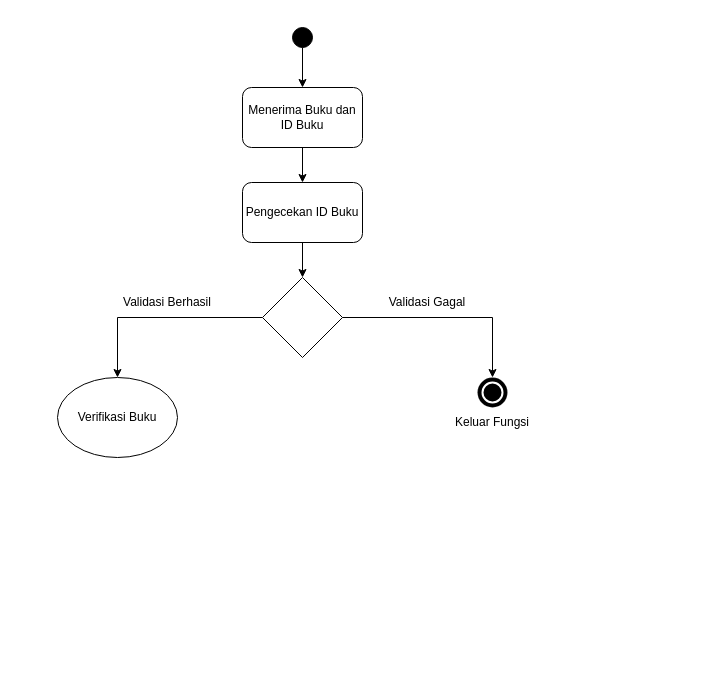
Earlier version of the draw.io diagram Mengembalikan Buku.drawio (falihdzakwanz/drpl). Source tidied: cells renumbered, new cells numbered last; positions are measured from the earlier drawing's top-left corner, leaving out a move shared by most shapes. Both pictures are drawn from the tidied source at 100%, with x=0, y=0 at pixel (57, 27).
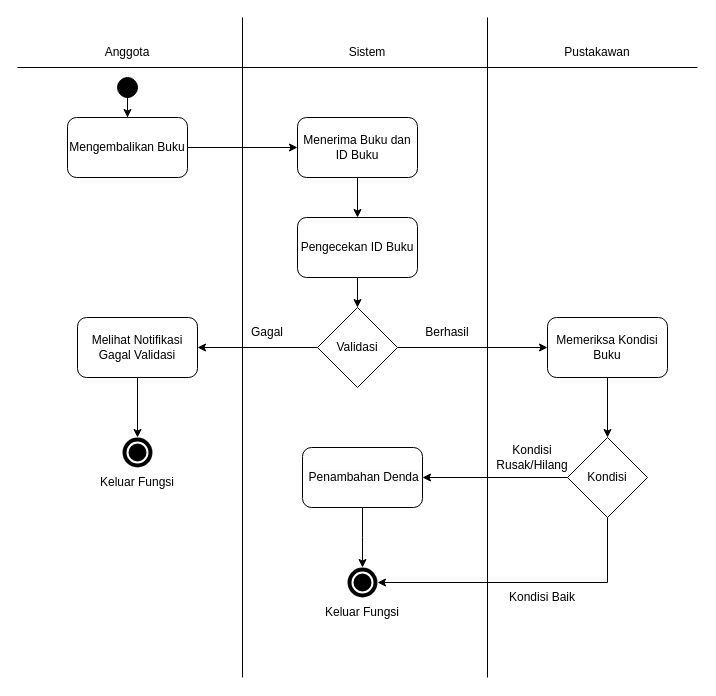
The same diagram, later.

Change to the diagram source:
```diff
@@
-    <mxCell id="3" style="edgeStyle=orthogonalEdgeStyle;rounded=0;jettySize=auto;html=1;entryX=0.5;entryY=0;entryDx=0;entryDy=0;" parent="1" edge="1" source="4" target="7">
-      <mxGeometry relative="1" as="geometry" />
-    </mxCell>
+    <mxCell id="18" style="edgeStyle=orthogonalEdgeStyle;rounded=0;jettySize=auto;html=1;entryX=0.5;entryY=0;entryDx=0;entryDy=0;" parent="1" edge="1" source="4" target="28">
+      <mxGeometry relative="1" as="geometry" />
+    </mxCell>
     <mxCell id="4" style="ellipse;whiteSpace=wrap;html=1;fillColor=#000000;" parent="1" vertex="1">
-      <mxGeometry x="235" width="20" height="20" as="geometry" />
+      <mxGeometry x="60" y="50" width="20" height="20" as="geometry" />
     </mxCell>
-    <mxCell id="5" style="edgeStyle=orthogonalEdgeStyle;rounded=0;jettySize=auto;html=1;entryX=0.5;entryY=0;entryDx=0;entryDy=0;entryPerimeter=0;" parent="1" edge="1" source="6" target="16">
-      <mxGeometry relative="1" as="geometry" />
-    </mxCell>
+    <mxCell id="19" style="edgeStyle=orthogonalEdgeStyle;rounded=0;jettySize=auto;html=1;entryX=0;entryY=0.5;entryDx=0;entryDy=0;" parent="1" edge="1" source="6" target="30">
+      <mxGeometry relative="1" as="geometry" />
+    </mxCell>
+    <mxCell id="20" style="edgeStyle=orthogonalEdgeStyle;rounded=0;jettySize=auto;html=1;entryX=1;entryY=0.5;entryDx=0;entryDy=0;" parent="1" edge="1" source="6" target="44">
+      <mxGeometry relative="1" as="geometry" />
+    </mxCell>
-    <mxCell id="6" style="rhombus;whiteSpace=wrap;html=1;" parent="1" vertex="1">
-      <mxGeometry x="205" y="250" width="80" height="80" as="geometry" />
+    <mxCell id="6" value="Validasi" style="rhombus;whiteSpace=wrap;html=1;" parent="1" vertex="1">
+      <mxGeometry x="260" y="280" width="80" height="80" as="geometry" />
     </mxCell>
     <mxCell id="7" value="Menerima Buku dan ID Buku" style="rounded=1;whiteSpace=wrap;html=1;" parent="1" vertex="1">
-      <mxGeometry x="185" y="60" width="120" height="60" as="geometry" />
+      <mxGeometry x="240" y="90" width="120" height="60" as="geometry" />
     </mxCell>
-    <mxCell id="8" style="edgeStyle=orthogonalEdgeStyle;rounded=0;jettySize=auto;html=1;" parent="1" edge="1" source="6" target="14">
-      <mxGeometry relative="1" as="geometry" />
-    </mxCell>
-    <mxCell id="9" value="Validasi Berhasil" style="text;html=1;align=center;verticalAlign=middle;whiteSpace=wrap;rounded=0;" parent="1" vertex="1">
-      <mxGeometry x="60" y="260" width="100" height="30" as="geometry" />
+    <mxCell id="9" value="Berhasil" style="text;html=1;align=center;verticalAlign=middle;whiteSpace=wrap;rounded=0;" parent="1" vertex="1">
+      <mxGeometry x="340" y="290" width="100" height="30" as="geometry" />
     </mxCell>
@@
     <mxCell id="11" value="Pengecekan ID Buku" style="rounded=1;whiteSpace=wrap;html=1;" parent="1" vertex="1">
-      <mxGeometry x="185" y="155" width="120" height="60" as="geometry" />
+      <mxGeometry x="240" y="190" width="120" height="60" as="geometry" />
     </mxCell>
+    <mxCell id="21" value="Anggota" style="text;html=1;align=center;verticalAlign=middle;whiteSpace=wrap;rounded=0;" parent="1" vertex="1">
+      <mxGeometry x="40" y="10" width="60" height="30" as="geometry" />
+    </mxCell>
+    <mxCell id="22" value="Sistem" style="text;html=1;align=center;verticalAlign=middle;whiteSpace=wrap;rounded=0;" parent="1" vertex="1">
+      <mxGeometry x="280" y="10" width="60" height="30" as="geometry" />
+    </mxCell>
+    <mxCell id="23" style="endArrow=none;html=1;rounded=0;" parent="1" edge="1">
+      <mxGeometry relative="1" as="geometry">
+        <mxPoint x="185" y="650" as="sourcePoint" />
+        <mxPoint x="185" y="-10" as="targetPoint" />
+      </mxGeometry>
+    </mxCell>
+    <mxCell id="24" style="endArrow=none;html=1;rounded=0;" parent="1" edge="1">
+      <mxGeometry relative="1" as="geometry">
+        <mxPoint x="-40" y="40" as="sourcePoint" />
+        <mxPoint x="640" y="40" as="targetPoint" />
+      </mxGeometry>
+    </mxCell>
+    <mxCell id="25" style="endArrow=none;html=1;rounded=0;" parent="1" edge="1">
+      <mxGeometry relative="1" as="geometry">
+        <mxPoint x="430" y="650" as="sourcePoint" />
+        <mxPoint x="430" y="-10" as="targetPoint" />
+      </mxGeometry>
+    </mxCell>
+    <mxCell id="26" value="Pustakawan" style="text;html=1;align=center;verticalAlign=middle;whiteSpace=wrap;rounded=0;" parent="1" vertex="1">
+      <mxGeometry x="510" y="10" width="60" height="30" as="geometry" />
+    </mxCell>
+    <mxCell id="27" style="edgeStyle=orthogonalEdgeStyle;rounded=0;jettySize=auto;html=1;entryX=0;entryY=0.5;entryDx=0;entryDy=0;" parent="1" edge="1" source="28" target="7">
+      <mxGeometry relative="1" as="geometry" />
+    </mxCell>
+    <mxCell id="28" value="Mengembalikan Buku" style="rounded=1;whiteSpace=wrap;html=1;" parent="1" vertex="1">
+      <mxGeometry x="10" y="90" width="120" height="60" as="geometry" />
+    </mxCell>
-    <mxCell id="12" value="Validasi Gagal" style="text;html=1;align=center;verticalAlign=middle;whiteSpace=wrap;rounded=0;" parent="1" vertex="1">
-      <mxGeometry x="330" y="260" width="80" height="30" as="geometry" />
+    <mxCell id="12" value="Gagal" style="text;html=1;align=center;verticalAlign=middle;whiteSpace=wrap;rounded=0;" parent="1" vertex="1">
+      <mxGeometry x="170" y="290" width="80" height="30" as="geometry" />
     </mxCell>
-    <mxCell id="13" style="group;" parent="1" vertex="1">
-      <mxGeometry x="420" y="350" width="30" height="30" as="geometry" />
-    </mxCell>
-    <mxCell id="14" style="ellipse;whiteSpace=wrap;html=1;fillColor=#000000;shadow=0;strokeColor=#ffffff;strokeWidth=0;" parent="13" vertex="1">
-      <mxGeometry width="30" height="30" as="geometry" />
-    </mxCell>
-    <mxCell id="15" style="ellipse;whiteSpace=wrap;html=1;fillColor=#000000;shadow=0;strokeColor=#ffffff;strokeWidth=2;" parent="13" vertex="1">
-      <mxGeometry x="5" y="5" width="20" height="20" as="geometry" />
-    </mxCell>
-    <mxCell id="16" value="Verifikasi Buku" style="ellipse;whiteSpace=wrap;html=1;" parent="1" vertex="1">
-      <mxGeometry y="350" width="120" height="80" as="geometry" />
-    </mxCell>
-    <mxCell id="17" value="Keluar Fungsi" style="text;html=1;align=center;verticalAlign=middle;whiteSpace=wrap;rounded=0;" parent="1" vertex="1">
-      <mxGeometry x="395" y="380" width="80" height="30" as="geometry" />
-    </mxCell>
+    <mxCell id="29" style="edgeStyle=orthogonalEdgeStyle;rounded=0;jettySize=auto;html=1;entryX=0.5;entryY=0;entryDx=0;entryDy=0;" parent="1" edge="1" source="30" target="33">
+      <mxGeometry relative="1" as="geometry" />
+    </mxCell>
+    <mxCell id="30" value="Memeriksa Kondisi Buku" style="rounded=1;whiteSpace=wrap;html=1;" parent="1" vertex="1">
+      <mxGeometry x="490" y="290" width="120" height="60" as="geometry" />
+    </mxCell>
+    <mxCell id="31" style="edgeStyle=orthogonalEdgeStyle;rounded=0;jettySize=auto;html=1;" parent="1" edge="1" source="33" target="35">
+      <mxGeometry relative="1" as="geometry" />
+    </mxCell>
+    <mxCell id="32" style="edgeStyle=orthogonalEdgeStyle;rounded=0;jettySize=auto;html=1;entryX=1;entryY=0.5;entryDx=0;entryDy=0;exitX=0.5;exitY=1;exitDx=0;exitDy=0;" parent="1" edge="1" source="33" target="40">
+      <mxGeometry relative="1" as="geometry" />
+    </mxCell>
+    <mxCell id="33" value="Kondisi" style="rhombus;whiteSpace=wrap;html=1;" parent="1" vertex="1">
+      <mxGeometry x="510" y="410" width="80" height="80" as="geometry" />
+    </mxCell>
+    <mxCell id="34" style="edgeStyle=orthogonalEdgeStyle;rounded=0;jettySize=auto;html=1;" parent="1" edge="1" source="35">
+      <mxGeometry relative="1" as="geometry">
+        <mxPoint x="305" y="540" as="targetPoint" />
+      </mxGeometry>
+    </mxCell>
+    <mxCell id="35" value="&lt;br&gt;&lt;span style=&quot;color: rgb(0, 0, 0); font-family: Helvetica; font-size: 12px; font-style: normal; font-variant-ligatures: normal; font-variant-caps: normal; font-weight: 400; letter-spacing: normal; orphans: 2; text-align: center; text-indent: 0px; text-transform: none; widows: 2; word-spacing: 0px; -webkit-text-stroke-width: 0px; white-space: normal; background-color: rgb(251, 251, 251); text-decoration-thickness: initial; text-decoration-style: initial; text-decoration-color: initial; display: inline !important; float: none;&quot;&gt;&amp;nbsp;Penambahan Denda&lt;/span&gt;&lt;div&gt;&lt;br&gt;&lt;/div&gt;" style="rounded=1;whiteSpace=wrap;html=1;" parent="1" vertex="1">
+      <mxGeometry x="245" y="420" width="120" height="60" as="geometry" />
+    </mxCell>
+    <mxCell id="36" value="Kondisi Baik" style="text;html=1;align=center;verticalAlign=middle;whiteSpace=wrap;rounded=0;" parent="1" vertex="1">
+      <mxGeometry x="450" y="555" width="70" height="30" as="geometry" />
+    </mxCell>
+    <mxCell id="37" value="Kondisi Rusak/Hilang" style="text;html=1;align=center;verticalAlign=middle;whiteSpace=wrap;rounded=0;" parent="1" vertex="1">
+      <mxGeometry x="430" y="420" width="90" height="20" as="geometry" />
+    </mxCell>
+    <mxCell id="38" style="group;" parent="1" vertex="1">
+      <mxGeometry x="265" y="540" width="80" height="60" as="geometry" />
+    </mxCell>
+    <mxCell id="39" style="group;" parent="38" vertex="1">
+      <mxGeometry x="25" width="30" height="30" as="geometry" />
+    </mxCell>
+    <mxCell id="40" style="ellipse;whiteSpace=wrap;html=1;fillColor=#000000;shadow=0;strokeColor=#ffffff;strokeWidth=0;" parent="39" vertex="1">
+      <mxGeometry width="30" height="30" as="geometry" />
+    </mxCell>
+    <mxCell id="41" style="ellipse;whiteSpace=wrap;html=1;fillColor=#000000;shadow=0;strokeColor=#ffffff;strokeWidth=2;" parent="39" vertex="1">
+      <mxGeometry x="5" y="5" width="20" height="20" as="geometry" />
+    </mxCell>
+    <mxCell id="42" value="Keluar Fungsi" style="text;html=1;align=center;verticalAlign=middle;whiteSpace=wrap;rounded=0;" parent="38" vertex="1">
+      <mxGeometry y="30" width="80" height="30" as="geometry" />
+    </mxCell>
+    <mxCell id="43" style="edgeStyle=orthogonalEdgeStyle;rounded=0;jettySize=auto;html=1;entryX=0.5;entryY=0;entryDx=0;entryDy=0;" parent="1" edge="1" source="44" target="47">
+      <mxGeometry relative="1" as="geometry" />
+    </mxCell>
+    <mxCell id="44" value="Melihat Notifikasi Gagal Validasi" style="rounded=1;whiteSpace=wrap;html=1;" parent="1" vertex="1">
+      <mxGeometry x="20" y="290" width="120" height="60" as="geometry" />
+    </mxCell>
+    <mxCell id="45" style="group;" parent="1" vertex="1">
+      <mxGeometry x="40" y="410" width="80" height="60" as="geometry" />
+    </mxCell>
+    <mxCell id="46" style="group;" parent="45" vertex="1">
+      <mxGeometry x="25" width="30" height="30" as="geometry" />
+    </mxCell>
+    <mxCell id="47" style="ellipse;whiteSpace=wrap;html=1;fillColor=#000000;shadow=0;strokeColor=#ffffff;strokeWidth=0;" parent="46" vertex="1">
+      <mxGeometry width="30" height="30" as="geometry" />
+    </mxCell>
+    <mxCell id="48" style="ellipse;whiteSpace=wrap;html=1;fillColor=#000000;shadow=0;strokeColor=#ffffff;strokeWidth=2;" parent="46" vertex="1">
+      <mxGeometry x="5" y="5" width="20" height="20" as="geometry" />
+    </mxCell>
+    <mxCell id="49" value="Keluar Fungsi" style="text;html=1;align=center;verticalAlign=middle;whiteSpace=wrap;rounded=0;" parent="45" vertex="1">
+      <mxGeometry y="30" width="80" height="30" as="geometry" />
+    </mxCell>
```
